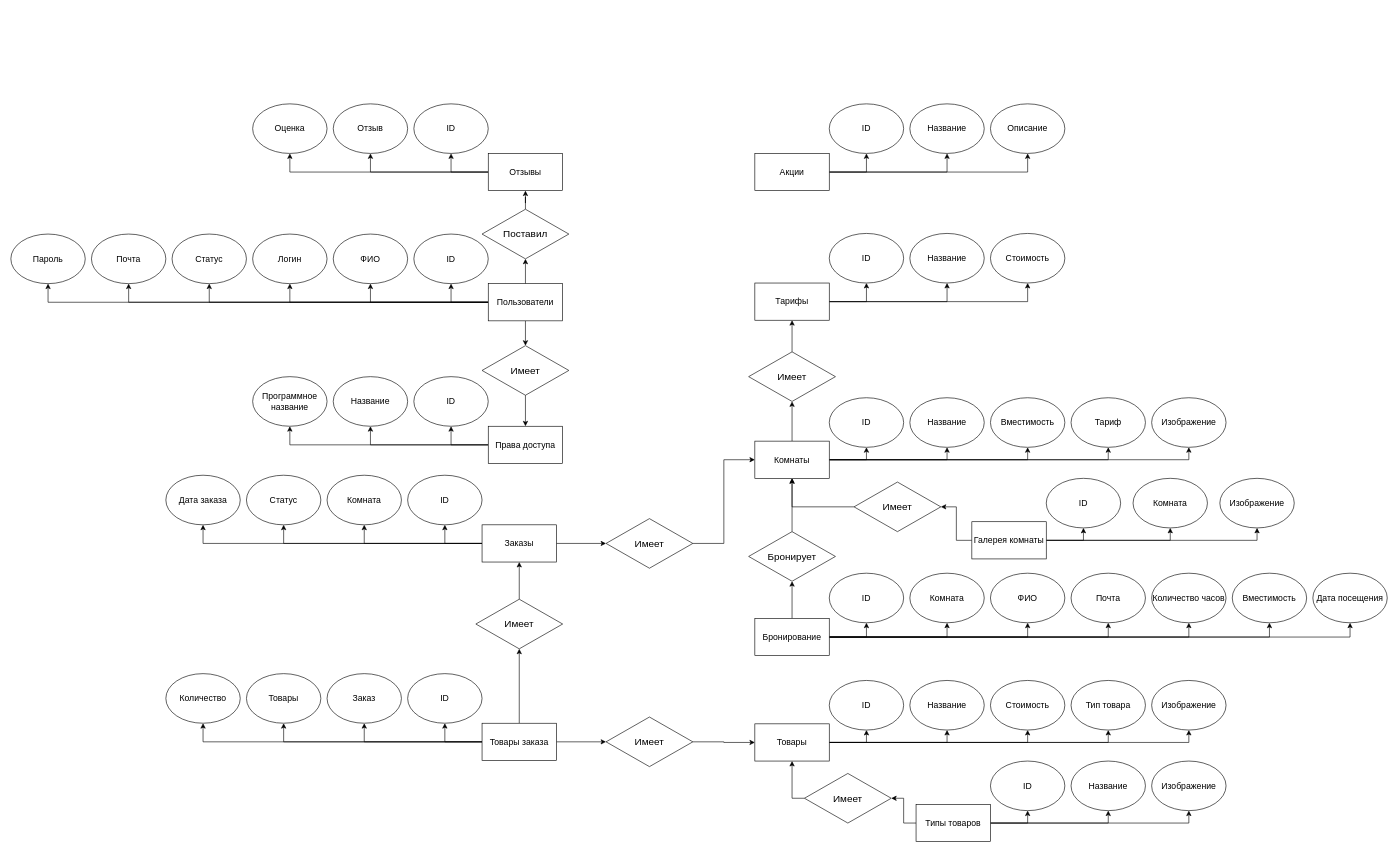
MrCrross/timecafe keeps this draw.io diagram as page "Концептуальная" (1 of 3) of public/documents/time_cafe.drawio. Above is the earlier version. Source tidied: cells renumbered, new cells numbered last; positions are measured from the earlier drawing's top-left corner, leaving out a move shared by most shapes. Both pictures are drawn from the tidied source at 62%, with x=0, y=0 at pixel (11, 104).
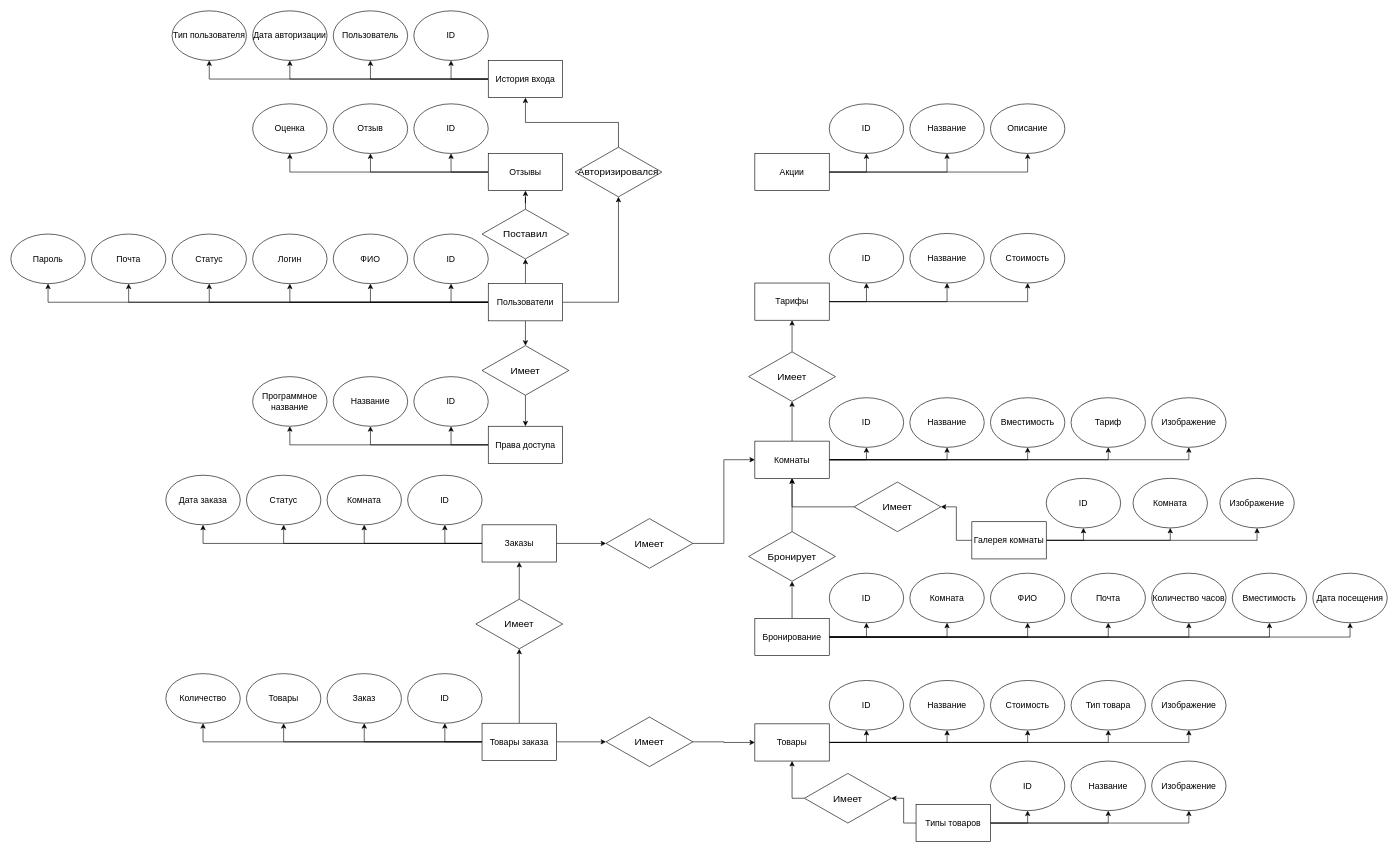
The same page after the edit.

Unchanged cells that the change refers to:
```xml
<mxCell id="10" value="&lt;font style=&quot;font-size: 14px;&quot;&gt;Пользователи&lt;/font&gt;" style="rounded=0;whiteSpace=wrap;html=1;" parent="1" vertex="1">
  <mxGeometry x="770" y="290" width="120" height="60" as="geometry" />
</mxCell>
```

The edit, as a diff of the source:
```diff
@@
+    <mxCell id="139" style="edgeStyle=orthogonalEdgeStyle;rounded=0;jettySize=auto;html=1;entryX=0.5;entryY=1;entryDx=0;entryDy=0;" parent="1" edge="1" source="10" target="150">
+      <mxGeometry relative="1" as="geometry" />
+    </mxCell>
@@
+    <mxCell id="140" style="edgeStyle=orthogonalEdgeStyle;rounded=0;jettySize=auto;html=1;entryX=0.5;entryY=1;entryDx=0;entryDy=0;exitX=0;exitY=0.5;exitDx=0;exitDy=0;" parent="1" edge="1" source="144" target="145">
+      <mxGeometry relative="1" as="geometry" />
+    </mxCell>
+    <mxCell id="141" style="edgeStyle=orthogonalEdgeStyle;rounded=0;jettySize=auto;html=1;entryX=0.5;entryY=1;entryDx=0;entryDy=0;" parent="1" edge="1" source="144" target="146">
+      <mxGeometry relative="1" as="geometry" />
+    </mxCell>
+    <mxCell id="142" style="edgeStyle=orthogonalEdgeStyle;rounded=0;jettySize=auto;html=1;entryX=0.5;entryY=1;entryDx=0;entryDy=0;" parent="1" edge="1" source="144" target="147">
+      <mxGeometry relative="1" as="geometry" />
+    </mxCell>
+    <mxCell id="143" style="edgeStyle=orthogonalEdgeStyle;rounded=0;jettySize=auto;html=1;entryX=0.5;entryY=1;entryDx=0;entryDy=0;" parent="1" edge="1" source="144" target="148">
+      <mxGeometry relative="1" as="geometry" />
+    </mxCell>
+    <mxCell id="144" value="&lt;span style=&quot;font-size: 14px;&quot;&gt;История входа&lt;/span&gt;" style="rounded=0;whiteSpace=wrap;html=1;" parent="1" vertex="1">
+      <mxGeometry x="770" y="-70" width="120" height="60" as="geometry" />
+    </mxCell>
+    <mxCell id="145" value="&lt;font style=&quot;font-size: 14px;&quot;&gt;ID&lt;/font&gt;" style="ellipse;whiteSpace=wrap;html=1;" parent="1" vertex="1">
+      <mxGeometry x="650" y="-150" width="120" height="80" as="geometry" />
+    </mxCell>
+    <mxCell id="146" value="&lt;font style=&quot;font-size: 14px;&quot;&gt;Пользователь&lt;/font&gt;" style="ellipse;whiteSpace=wrap;html=1;" parent="1" vertex="1">
+      <mxGeometry x="520" y="-150" width="120" height="80" as="geometry" />
+    </mxCell>
+    <mxCell id="147" value="&lt;font style=&quot;font-size: 14px;&quot;&gt;Дата авторизации&lt;/font&gt;" style="ellipse;whiteSpace=wrap;html=1;" parent="1" vertex="1">
+      <mxGeometry x="390" y="-150" width="120" height="80" as="geometry" />
+    </mxCell>
+    <mxCell id="148" value="&lt;span style=&quot;font-size: 14px;&quot;&gt;Тип пользователя&lt;/span&gt;" style="ellipse;whiteSpace=wrap;html=1;" parent="1" vertex="1">
+      <mxGeometry x="260" y="-150" width="120" height="80" as="geometry" />
+    </mxCell>
+    <mxCell id="149" style="edgeStyle=orthogonalEdgeStyle;rounded=0;jettySize=auto;html=1;entryX=0.5;entryY=1;entryDx=0;entryDy=0;exitX=0.5;exitY=0;exitDx=0;exitDy=0;" parent="1" edge="1" source="150" target="144">
+      <mxGeometry relative="1" as="geometry" />
+    </mxCell>
+    <mxCell id="150" value="&lt;font size=&quot;3&quot;&gt;Авторизировался&lt;/font&gt;" style="rhombus;whiteSpace=wrap;html=1;" parent="1" vertex="1">
+      <mxGeometry x="910" y="70" width="140" height="80" as="geometry" />
+    </mxCell>
```
